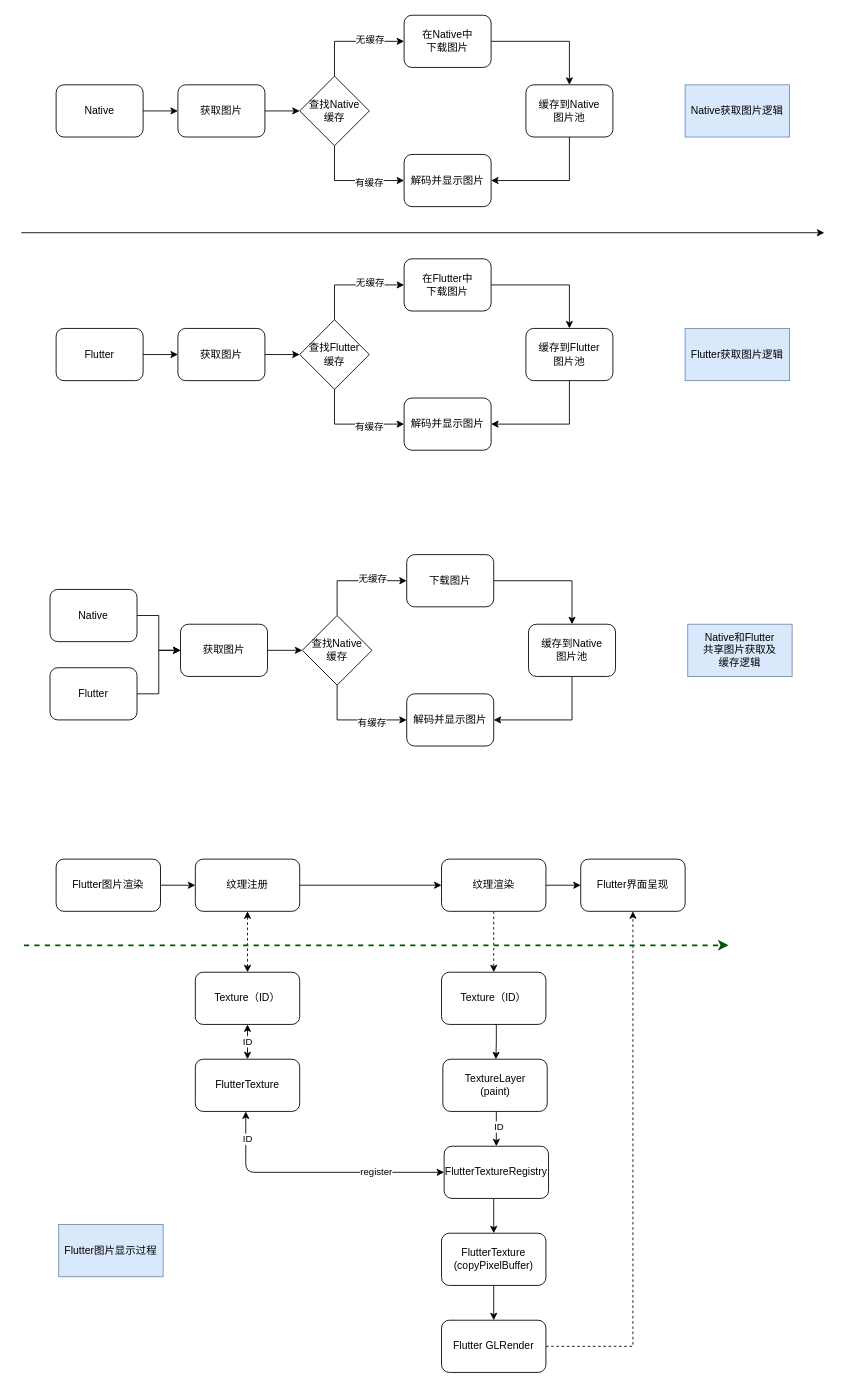
Above: flutter_image.drawio in hardygege/work (draw.io), before the change. Source tidied: cells renumbered, new cells numbered last; positions are measured from the earlier drawing's top-left corner, leaving out a move shared by most shapes. Both pictures are drawn from the tidied source at 87%, with x=0, y=0 at pixel (21, 15).
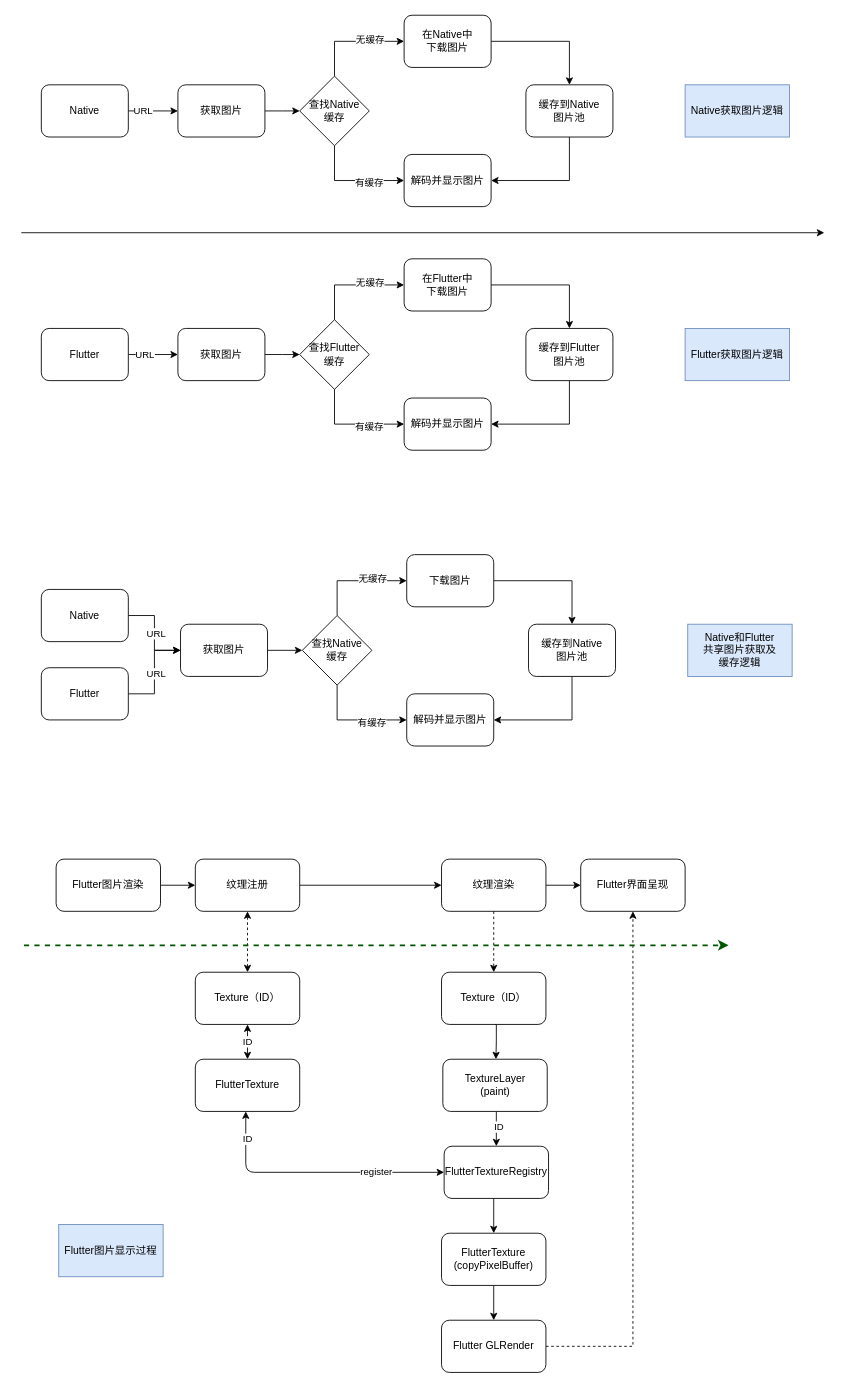
The same page after the edit.

The change refers to these unchanged cells:
```xml
<mxCell id="2" style="edgeStyle=orthogonalEdgeStyle;rounded=0;jettySize=auto;html=1;" parent="1" edge="1" source="3" target="5">
  <mxGeometry relative="1" as="geometry" />
</mxCell>
<mxCell id="17" style="edgeStyle=orthogonalEdgeStyle;rounded=0;jettySize=auto;html=1;" parent="1" edge="1" source="18" target="20">
  <mxGeometry relative="1" as="geometry" />
</mxCell>
<mxCell id="33" style="edgeStyle=orthogonalEdgeStyle;rounded=0;jettySize=auto;html=1;" parent="1" edge="1" source="34" target="36">
  <mxGeometry relative="1" as="geometry" />
</mxCell>
<mxCell id="48" style="edgeStyle=orthogonalEdgeStyle;rounded=0;jettySize=auto;html=1;" parent="1" edge="1" source="49" target="36">
  <mxGeometry relative="1" as="geometry" />
</mxCell>
```

Diff of the diagram source:
```diff
@@
+    <mxCell id="78" value="URL" style="edgeLabel;html=1;align=center;verticalAlign=middle;" parent="2" vertex="1">
+      <mxGeometry x="-0.44" y="1" relative="1" as="geometry" />
+    </mxCell>
     <mxCell id="3" value="Native" style="rounded=1;whiteSpace=wrap;html=1;" parent="1" vertex="1">
-      <mxGeometry x="40" y="80" width="100" height="60" as="geometry" />
+      <mxGeometry x="23" y="80" width="100" height="60" as="geometry" />
     </mxCell>
@@
+    <mxCell id="79" value="URL" style="edgeLabel;html=1;align=center;verticalAlign=middle;" parent="17" vertex="1">
+      <mxGeometry x="-0.37" y="1" relative="1" as="geometry" />
+    </mxCell>
     <mxCell id="18" value="Flutter" style="rounded=1;whiteSpace=wrap;html=1;" parent="1" vertex="1">
-      <mxGeometry x="40" y="360" width="100" height="60" as="geometry" />
+      <mxGeometry x="23" y="360" width="100" height="60" as="geometry" />
     </mxCell>
@@
+    <mxCell id="80" value="URL" style="edgeLabel;html=1;align=center;verticalAlign=middle;" parent="33" vertex="1">
+      <mxGeometry y="1" relative="1" as="geometry" />
+    </mxCell>
     <mxCell id="34" value="Native" style="rounded=1;whiteSpace=wrap;html=1;" parent="1" vertex="1">
-      <mxGeometry x="33" y="660" width="100" height="60" as="geometry" />
+      <mxGeometry x="23" y="660" width="100" height="60" as="geometry" />
     </mxCell>
@@
+    <mxCell id="81" value="URL" style="edgeLabel;html=1;align=center;verticalAlign=middle;" parent="48" vertex="1">
+      <mxGeometry x="-0.02" y="-1" relative="1" as="geometry" />
+    </mxCell>
     <mxCell id="49" value="Flutter" style="rounded=1;whiteSpace=wrap;html=1;" parent="1" vertex="1">
-      <mxGeometry x="33" y="750" width="100" height="60" as="geometry" />
+      <mxGeometry x="23" y="750" width="100" height="60" as="geometry" />
     </mxCell>
```
